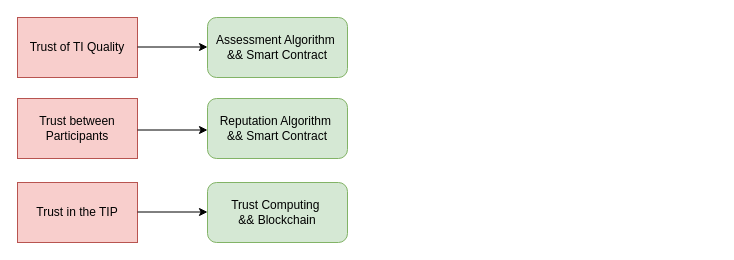
Earlier version of the draw.io diagram Titan1.drawio (Albert-W/Draw_io). Source tidied: cells renumbered, new cells numbered last; positions are measured from the earlier drawing's top-left corner, leaving out a move shared by most shapes. Both pictures are drawn from the tidied source at 100%, with x=0, y=0 at pixel (17, 17).
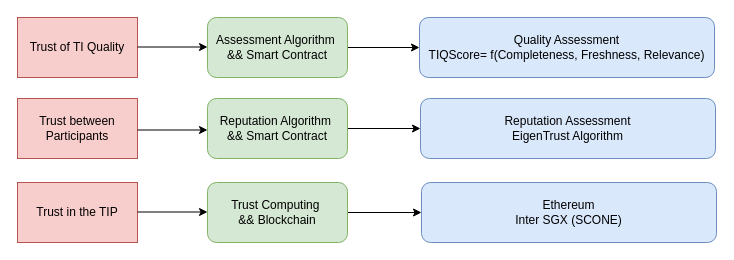
After the change.

What changed in the source:
```diff
@@
 <mxGraphModel>
   <root>
     <mxCell id="0" />
     <mxCell id="1" parent="0" />
     <mxCell id="2" value="Trust of TI Quality" style="rounded=0;whiteSpace=wrap;html=1;fillColor=#f8cecc;strokeColor=#b85450;flipV=0;" parent="1" vertex="1">
       <mxGeometry width="120" height="60" as="geometry" />
     </mxCell>
     <mxCell id="3" value="Trust between&lt;br&gt;Participants" style="rounded=0;whiteSpace=wrap;html=1;fillColor=#f8cecc;strokeColor=#b85450;flipV=0;" parent="1" vertex="1">
       <mxGeometry y="81" width="120" height="60" as="geometry" />
     </mxCell>
     <mxCell id="4" value="Trust in the TIP" style="rounded=0;whiteSpace=wrap;html=1;fillColor=#f8cecc;strokeColor=#b85450;flipV=0;" parent="1" vertex="1">
       <mxGeometry y="165" width="120" height="60" as="geometry" />
     </mxCell>
     <mxCell id="5" style="endArrow=classic;html=1;" parent="1" edge="1">
       <mxGeometry relative="1" as="geometry">
         <mxPoint x="120" y="29.5" as="sourcePoint" />
         <mxPoint x="190" y="29.5" as="targetPoint" />
       </mxGeometry>
     </mxCell>
+    <mxCell id="11" style="edgeStyle=orthogonalEdgeStyle;rounded=0;jettySize=auto;html=1;exitX=1;exitY=0.5;exitDx=0;exitDy=0;entryX=0;entryY=0.5;entryDx=0;entryDy=0;" parent="1" edge="1" source="6" target="14">
+      <mxGeometry relative="1" as="geometry" />
+    </mxCell>
     <mxCell id="6" value="Assessment Algorithm&amp;nbsp;&lt;br&gt;&amp;amp;&amp;amp; Smart Contract" style="rounded=1;whiteSpace=wrap;html=1;fillColor=#d5e8d4;strokeColor=#82b366;" parent="1" vertex="1">
       <mxGeometry x="190" width="140" height="60" as="geometry" />
     </mxCell>
+    <mxCell id="12" style="edgeStyle=orthogonalEdgeStyle;rounded=0;jettySize=auto;html=1;exitX=1;exitY=0.5;exitDx=0;exitDy=0;" parent="1" edge="1" source="7" target="15">
+      <mxGeometry relative="1" as="geometry" />
+    </mxCell>
     <mxCell id="7" value="Reputation Algorithm&amp;nbsp;&lt;br&gt;&amp;amp;&amp;amp; Smart Contract" style="rounded=1;whiteSpace=wrap;html=1;fillColor=#d5e8d4;strokeColor=#82b366;" parent="1" vertex="1">
       <mxGeometry x="190" y="81" width="140" height="60" as="geometry" />
     </mxCell>
     <mxCell id="8" style="endArrow=classic;html=1;" parent="1" edge="1">
       <mxGeometry relative="1" as="geometry">
         <mxPoint x="120" y="112.5" as="sourcePoint" />
         <mxPoint x="190" y="112.5" as="targetPoint" />
       </mxGeometry>
     </mxCell>
     <mxCell id="9" style="endArrow=classic;html=1;" parent="1" edge="1">
       <mxGeometry relative="1" as="geometry">
         <mxPoint x="120" y="194.5" as="sourcePoint" />
         <mxPoint x="190" y="194.5" as="targetPoint" />
       </mxGeometry>
     </mxCell>
+    <mxCell id="13" style="edgeStyle=orthogonalEdgeStyle;rounded=0;jettySize=auto;html=1;" parent="1" edge="1" source="10" target="16">
+      <mxGeometry relative="1" as="geometry" />
+    </mxCell>
     <mxCell id="10" value="Trust Computing&amp;nbsp;&lt;br&gt;&amp;amp;&amp;amp; Blockchain" style="rounded=1;whiteSpace=wrap;html=1;fillColor=#d5e8d4;strokeColor=#82b366;" parent="1" vertex="1">
       <mxGeometry x="190" y="165" width="140" height="60" as="geometry" />
     </mxCell>
+    <mxCell id="14" value="Quality Assessment&lt;br&gt;TIQScore= f(Completeness, Freshness, Relevance)" style="rounded=1;whiteSpace=wrap;html=1;fillColor=#dae8fc;strokeColor=#6c8ebf;" parent="1" vertex="1">
+      <mxGeometry x="402" width="295" height="60" as="geometry" />
+    </mxCell>
+    <mxCell id="15" value="Reputation Assessment&lt;br&gt;EigenTrust Algorithm" style="rounded=1;whiteSpace=wrap;html=1;fillColor=#dae8fc;strokeColor=#6c8ebf;" parent="1" vertex="1">
+      <mxGeometry x="403" y="81" width="295" height="60" as="geometry" />
+    </mxCell>
+    <mxCell id="16" value="Ethereum&lt;br&gt;Inter SGX (SCONE)" style="rounded=1;whiteSpace=wrap;html=1;fillColor=#dae8fc;strokeColor=#6c8ebf;" parent="1" vertex="1">
+      <mxGeometry x="404" y="165" width="295" height="60" as="geometry" />
+    </mxCell>
   </root>
 </mxGraphModel>
```
